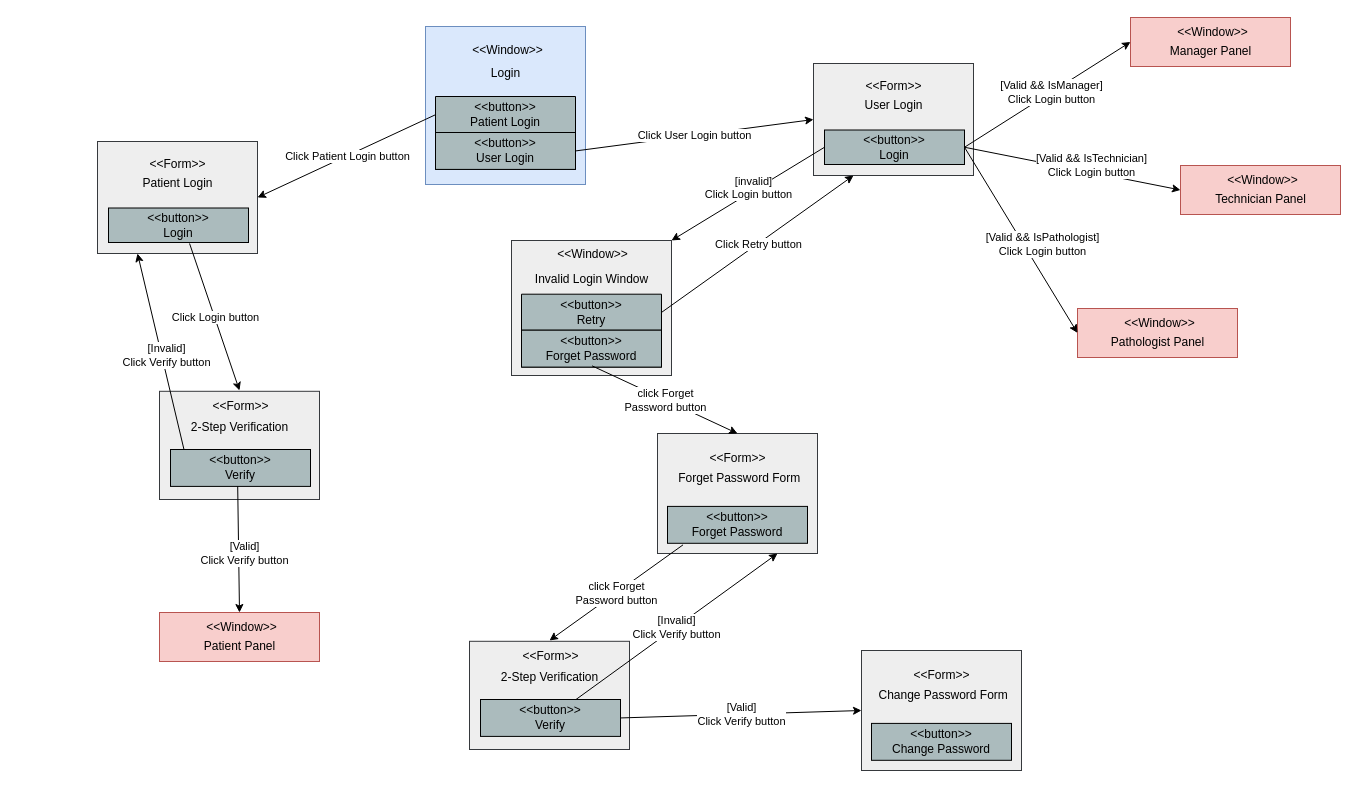
The draw.io diagram page "LoginPage" (2 of 7) of WindowsNavigationDiagram.drawio in ArashSameni/SoftwareEngineering, before the edit. Source tidied: cells renumbered, new cells numbered last; positions are measured from the earlier drawing's top-left corner, leaving out a move shared by most shapes. Both pictures are drawn from the tidied source at 100%, with x=0, y=0 at pixel (97, 17).
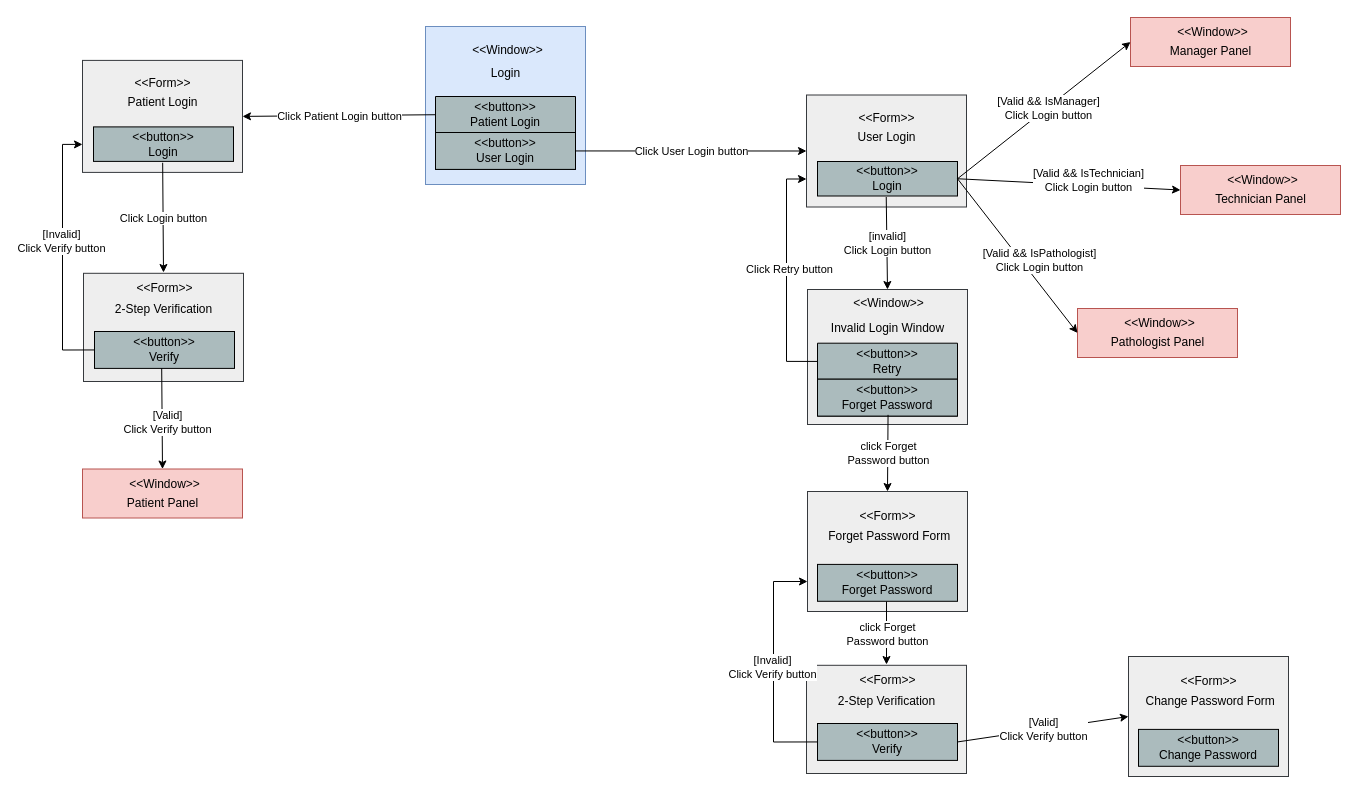
Above is the later version.

Unchanged cells that the change refers to:
```xml
<mxCell id="11" value="&amp;lt;&amp;lt;button&amp;gt;&amp;gt;&lt;br&gt;Login" style="text;align=center;verticalAlign=middle;spacingLeft=4;spacingRight=4;overflow=hidden;points=[[0,0.5],[1,0.5]];portConstraint=eastwest;html=1;labelBackgroundColor=none;whiteSpace=wrap;labelBorderColor=none;strokeColor=#000000;fillColor=#ABBBBD;" parent="7" vertex="1">
  <mxGeometry x="11" y="66.5" width="140" height="34.5" as="geometry" />
</mxCell>
<mxCell id="18" value="&amp;lt;&amp;lt;button&amp;gt;&amp;gt;&lt;br style=&quot;border-color: var(--border-color);&quot;&gt;Forget Password" style="text;align=center;verticalAlign=middle;spacingLeft=4;spacingRight=4;overflow=hidden;points=[[0,0.5],[1,0.5]];portConstraint=eastwest;html=1;labelBackgroundColor=none;whiteSpace=wrap;labelBorderColor=none;strokeColor=#000000;fillColor=#ABBBBD;" parent="14" vertex="1">
  <mxGeometry x="10" y="72.9" width="140" height="36.9" as="geometry" />
</mxCell>
<mxCell id="20" style="group;imageAlign=center;fillColor=#eeeeee;strokeColor=#36393d;imageVerticalAlign=top;fixDash=1;" parent="19" vertex="1">
  <mxGeometry y="1" width="160" height="135" as="geometry" />
</mxCell>
<mxCell id="23" value="&amp;lt;&amp;lt;button&amp;gt;&amp;gt;&lt;br&gt;Retry" style="swimlane;fontStyle=0;horizontal=1;startSize=36;whiteSpace=wrap;html=1;fillColor=#ABBBBD;strokeColor=#000000;fillStyle=auto;swimlaneFillColor=none;rounded=0;shadow=0;glass=0;swimlaneLine=1;noLabel=0;absoluteArcSize=0;portConstraintRotation=0;fixDash=0;backgroundOutline=0;enumerate=0;labelBackgroundColor=none;labelBorderColor=none;swimlaneHead=1;gradientColor=none;" parent="19" vertex="1">
  <mxGeometry x="10" y="54.7" width="140" height="72.9" as="geometry" />
</mxCell>
<mxCell id="38" value="&amp;lt;&amp;lt;button&amp;gt;&amp;gt;&lt;br style=&quot;border-color: var(--border-color);&quot;&gt;Verify" style="text;align=center;verticalAlign=middle;spacingLeft=4;spacingRight=4;overflow=hidden;points=[[0,0.5],[1,0.5]];portConstraint=eastwest;html=1;labelBackgroundColor=none;whiteSpace=wrap;labelBorderColor=none;strokeColor=#000000;fillColor=#ABBBBD;" parent="34" vertex="1">
  <mxGeometry x="11" y="59" width="140" height="36.9" as="geometry" />
</mxCell>
<mxCell id="70" value="&amp;lt;&amp;lt;button&amp;gt;&amp;gt;&lt;br style=&quot;border-color: var(--border-color);&quot;&gt;Verify" style="text;align=center;verticalAlign=middle;spacingLeft=4;spacingRight=4;overflow=hidden;points=[[0,0.5],[1,0.5]];portConstraint=eastwest;html=1;labelBackgroundColor=none;whiteSpace=wrap;labelBorderColor=none;strokeColor=#000000;fillColor=#ABBBBD;" parent="66" vertex="1">
  <mxGeometry x="11" y="59" width="140" height="36.9" as="geometry" />
</mxCell>
<mxCell id="74" style="group;imageAlign=center;fillColor=#eeeeee;strokeColor=#36393d;imageVerticalAlign=top;fixDash=1;" parent="73" vertex="1">
  <mxGeometry width="160" height="112" as="geometry" />
</mxCell>
<mxCell id="77" value="&amp;lt;&amp;lt;button&amp;gt;&amp;gt;&lt;br&gt;Login" style="text;align=center;verticalAlign=middle;spacingLeft=4;spacingRight=4;overflow=hidden;points=[[0,0.5],[1,0.5]];portConstraint=eastwest;html=1;labelBackgroundColor=none;whiteSpace=wrap;labelBorderColor=none;strokeColor=#000000;fillColor=#ABBBBD;" parent="73" vertex="1">
  <mxGeometry x="11" y="66.5" width="140" height="34.5" as="geometry" />
</mxCell>
```

What changed in the source:
```diff
@@
     <mxCell id="7" style="group;" parent="1" vertex="1">
-      <mxGeometry x="716" y="46" width="160" height="112" as="geometry" />
+      <mxGeometry x="709" y="77.5" width="160" height="112" as="geometry" />
     </mxCell>
@@
     <mxCell id="14" style="group;" parent="1" vertex="1">
-      <mxGeometry x="560" y="416" width="160" height="120" as="geometry" />
+      <mxGeometry x="710" y="474" width="160" height="120" as="geometry" />
     </mxCell>
@@
     <mxCell id="19" style="group;" parent="1" vertex="1">
-      <mxGeometry x="414" y="222" width="160" height="136" as="geometry" />
+      <mxGeometry x="710" y="271" width="160" height="136" as="geometry" />
     </mxCell>
@@
-    <mxCell id="25" style="endArrow=classic;html=1;rounded=0;exitX=0;exitY=0.5;exitDx=0;exitDy=0;entryX=1;entryY=0;entryDx=0;entryDy=0;" parent="1" edge="1" source="11" target="20">
+    <mxCell id="25" style="endArrow=classic;html=1;rounded=0;exitX=0.491;exitY=1.029;exitDx=0;exitDy=0;entryX=0.5;entryY=0;entryDx=0;entryDy=0;exitPerimeter=0;" parent="1" edge="1" source="11" target="20">
       <mxGeometry relative="1" as="geometry" />
     </mxCell>
-    <mxCell id="26" value="Click Login button" style="edgeLabel;html=1;align=center;verticalAlign=middle;" parent="25" vertex="1">
+    <mxCell id="26" value="[invalid]&lt;br&gt;Click Login button" style="edgeLabel;html=1;align=center;verticalAlign=middle;" parent="25" vertex="1">
       <mxGeometry relative="1" as="geometry" />
     </mxCell>
-    <mxCell id="27" value="[invalid]" style="edgeLabel;html=1;align=center;verticalAlign=middle;" parent="25" vertex="1">
-      <mxGeometry relative="1" as="geometry">
-        <mxPoint x="5" y="-13" as="offset" />
-      </mxGeometry>
-    </mxCell>
-    <mxCell id="28" style="endArrow=classic;html=1;rounded=0;exitX=1;exitY=0.25;exitDx=0;exitDy=0;entryX=0.25;entryY=1;entryDx=0;entryDy=0;" parent="1" edge="1" source="23" target="7">
-      <mxGeometry relative="1" as="geometry" />
-    </mxCell>
-    <mxCell id="29" value="Click Retry button" style="edgeLabel;html=1;align=center;verticalAlign=middle;" parent="28" vertex="1">
-      <mxGeometry relative="1" as="geometry" />
-    </mxCell>
@@
-    <mxCell id="32" style="endArrow=classic;html=1;rounded=0;exitX=0.111;exitY=1.042;exitDx=0;exitDy=0;entryX=0.5;entryY=0;entryDx=0;entryDy=0;exitPerimeter=0;" parent="1" edge="1" source="18" target="34">
-      <mxGeometry relative="1" as="geometry" />
+    <mxCell id="32" style="endArrow=classic;html=1;rounded=0;entryX=0.5;entryY=0;entryDx=0;entryDy=0;" parent="1" edge="1" target="34">
+      <mxGeometry relative="1" as="geometry">
+        <mxPoint x="789" y="584" as="sourcePoint" />
+      </mxGeometry>
     </mxCell>
@@
     <mxCell id="34" style="group;" parent="1" vertex="1">
-      <mxGeometry x="372" y="623" width="160" height="109" as="geometry" />
+      <mxGeometry x="709" y="647" width="160" height="109" as="geometry" />
     </mxCell>
@@
     <mxCell id="39" style="group;" parent="1" vertex="1">
-      <mxGeometry x="764" y="633" width="160" height="120" as="geometry" />
+      <mxGeometry x="1031" y="639" width="160" height="120" as="geometry" />
     </mxCell>
@@
-    <mxCell id="46" style="endArrow=classic;html=1;rounded=0;entryX=0.75;entryY=1;entryDx=0;entryDy=0;" parent="1" edge="1" source="38" target="14">
-      <mxGeometry relative="1" as="geometry" />
-    </mxCell>
-    <mxCell id="47" value="[Invalid]&lt;br&gt;Click Verify button" style="edgeLabel;html=1;align=center;verticalAlign=middle;" parent="46" vertex="1">
-      <mxGeometry relative="1" as="geometry" />
-    </mxCell>
@@
     <mxCell id="66" style="group;" parent="1" vertex="1">
-      <mxGeometry x="62" y="373" width="160" height="109" as="geometry" />
+      <mxGeometry x="-14" y="255" width="160" height="109" as="geometry" />
     </mxCell>
@@
     <mxCell id="73" style="group;" parent="1" vertex="1">
-      <mxGeometry y="124" width="160" height="112" as="geometry" />
+      <mxGeometry x="-15" y="42.9" width="160" height="112" as="geometry" />
     </mxCell>
@@
-    <mxCell id="78" style="endArrow=classic;html=1;rounded=0;exitX=0.579;exitY=1.028;exitDx=0;exitDy=0;entryX=0.5;entryY=0;entryDx=0;entryDy=0;exitPerimeter=0;" parent="1" edge="1" source="77" target="66">
+    <mxCell id="78" style="endArrow=classic;html=1;rounded=0;exitX=0.494;exitY=1.04;exitDx=0;exitDy=0;entryX=0.5;entryY=0;entryDx=0;entryDy=0;exitPerimeter=0;" parent="1" edge="1" source="77" target="66">
       <mxGeometry relative="1" as="geometry" />
     </mxCell>
@@
     <mxCell id="80" style="group;" parent="1" vertex="1">
-      <mxGeometry x="62" y="595" width="160" height="49" as="geometry" />
+      <mxGeometry x="-15" y="451.5" width="160" height="49" as="geometry" />
     </mxCell>
@@
-    <mxCell id="86" style="endArrow=classic;html=1;rounded=0;entryX=0.25;entryY=1;entryDx=0;entryDy=0;exitX=0.096;exitY=-0.004;exitDx=0;exitDy=0;exitPerimeter=0;" parent="1" edge="1" source="70" target="74">
-      <mxGeometry relative="1" as="geometry" />
-    </mxCell>
-    <mxCell id="87" value="[Invalid]&lt;br style=&quot;border-color: var(--border-color);&quot;&gt;Click Verify button" style="edgeLabel;html=1;align=center;verticalAlign=middle;" parent="86" vertex="1">
-      <mxGeometry relative="1" as="geometry">
-        <mxPoint x="5" y="4" as="offset" />
-      </mxGeometry>
-    </mxCell>
+    <mxCell id="88" style="edgeStyle=orthogonalEdgeStyle;rounded=0;jettySize=auto;html=1;exitX=0;exitY=0.5;exitDx=0;exitDy=0;entryX=0;entryY=0.75;entryDx=0;entryDy=0;" parent="1" edge="1" source="70" target="73">
+      <mxGeometry relative="1" as="geometry" />
+    </mxCell>
+    <mxCell id="89" value="[Invalid]&lt;br style=&quot;border-color: var(--border-color);&quot;&gt;Click Verify button" style="edgeLabel;html=1;align=center;verticalAlign=middle;" parent="88" vertex="1">
+      <mxGeometry x="0.07" y="2" relative="1" as="geometry">
+        <mxPoint y="-3" as="offset" />
+      </mxGeometry>
+    </mxCell>
+    <mxCell id="28" style="edgeStyle=orthogonalEdgeStyle;rounded=0;jettySize=auto;html=1;exitX=0;exitY=0.25;exitDx=0;exitDy=0;entryX=0;entryY=0.75;entryDx=0;entryDy=0;" parent="1" edge="1" source="23" target="7">
+      <mxGeometry relative="1" as="geometry" />
+    </mxCell>
+    <mxCell id="29" value="Click Retry button" style="edgeLabel;html=1;align=center;verticalAlign=middle;" parent="28" vertex="1">
+      <mxGeometry x="0.21" relative="1" as="geometry">
+        <mxPoint x="2" y="18" as="offset" />
+      </mxGeometry>
+    </mxCell>
+    <mxCell id="46" style="edgeStyle=orthogonalEdgeStyle;rounded=0;jettySize=auto;html=1;exitX=0;exitY=0.5;exitDx=0;exitDy=0;entryX=0;entryY=0.75;entryDx=0;entryDy=0;" parent="1" edge="1" source="38" target="14">
+      <mxGeometry relative="1" as="geometry">
+        <Array as="points">
+          <mxPoint x="676" y="725" />
+          <mxPoint x="676" y="564" />
+        </Array>
+      </mxGeometry>
+    </mxCell>
+    <mxCell id="90" value="[Invalid]&lt;br style=&quot;border-color: var(--border-color);&quot;&gt;Click Verify button" style="edgeLabel;html=1;align=center;verticalAlign=middle;" parent="46" vertex="1">
+      <mxGeometry y="2" relative="1" as="geometry" />
+    </mxCell>
```
